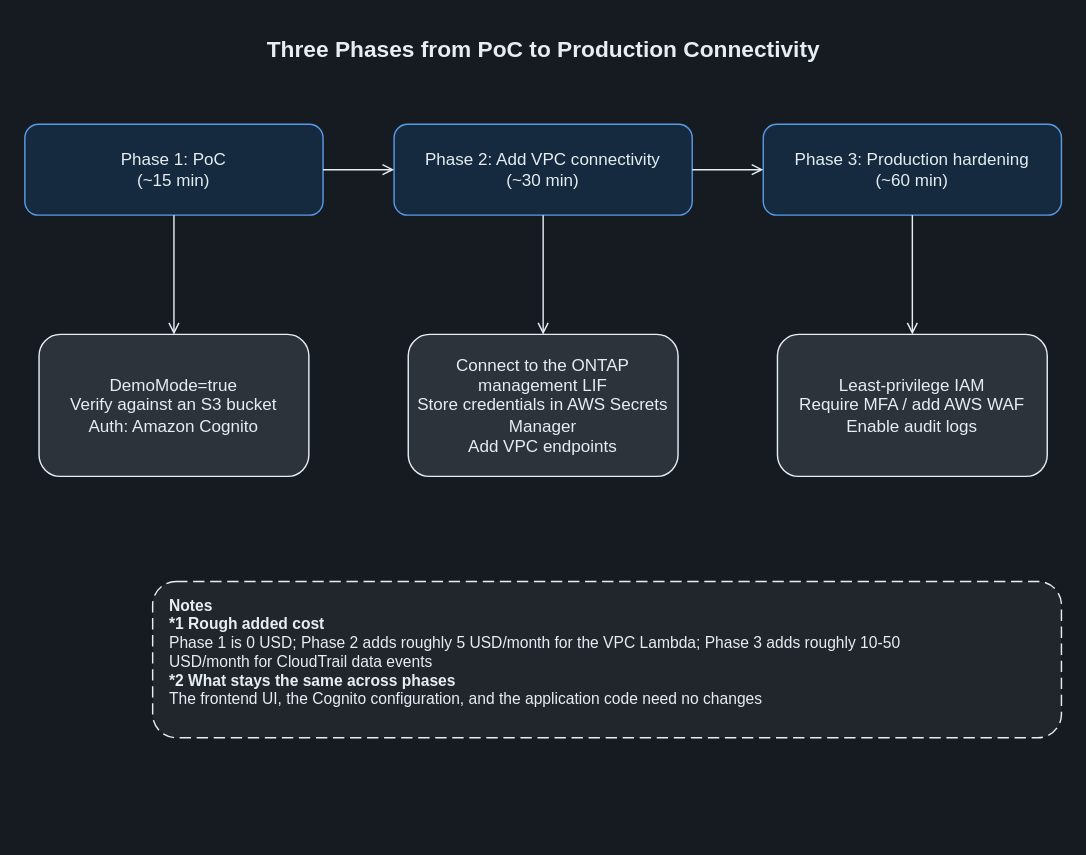
This is docs/diagrams/dark/part2-poc-to-production-en.drawio from Yoshiki0705/FSx-for-ONTAP-S3AccessPoints-Serverless-Patterns, a draw.io file, before an edit. Source tidied: cells renumbered, new cells numbered last; positions are measured from the earlier drawing's top-left corner, leaving out a move shared by most shapes. Both pictures are drawn from the tidied source at 142%, with x=0, y=0 at pixel (24, 24).
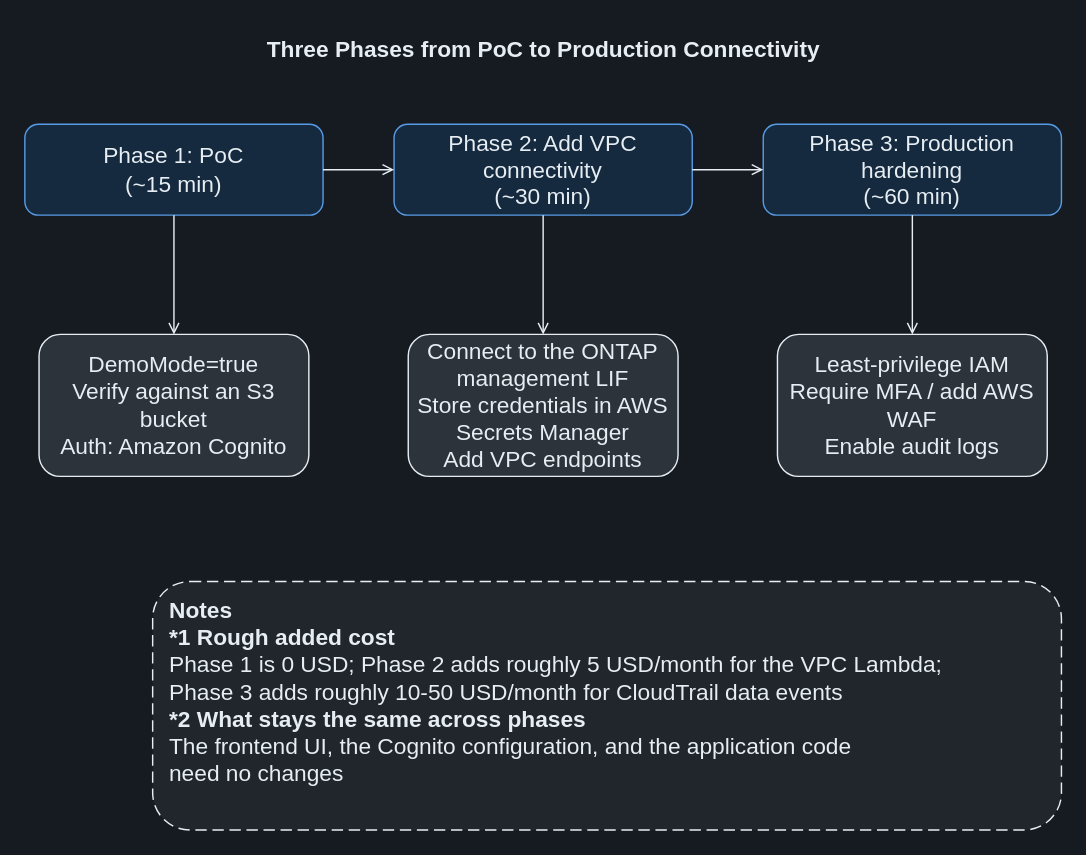
The same diagram, later.

The edit, as a diff of the source:
```diff
@@
 <mxGraphModel background="#161B22">
   <root>
     <mxCell id="0" />
     <mxCell id="1" parent="0" />
     <mxCell id="2" value="Three Phases from PoC to Production Connectivity" style="text;html=1;align=center;verticalAlign=middle;fontSize=16;fontStyle=1;fontColor=#E6EDF3;" parent="1" vertex="1">
       <mxGeometry width="730" height="34" as="geometry" />
     </mxCell>
-    <mxCell id="3" value="Phase 1: PoC&lt;br&gt;(~15 min)" style="rounded=1;whiteSpace=wrap;html=1;dashed=0;strokeColor=#589BE5;fillColor=#152A3E;align=center;verticalAlign=middle;fontSize=12;fontColor=#E6EDF3;" parent="1" vertex="1">
+    <mxCell id="3" value="Phase 1: PoC&lt;br&gt;(~15 min)" style="rounded=1;whiteSpace=wrap;html=1;dashed=0;strokeColor=#589BE5;fillColor=#152A3E;align=center;verticalAlign=middle;fontSize=16;fontColor=#E6EDF3;" parent="1" vertex="1">
       <mxGeometry y="70" width="210" height="64" as="geometry" />
     </mxCell>
-    <mxCell id="4" value="Phase 2: Add VPC connectivity&lt;br&gt;(~30 min)" style="rounded=1;whiteSpace=wrap;html=1;dashed=0;strokeColor=#589BE5;fillColor=#152A3E;align=center;verticalAlign=middle;fontSize=12;fontColor=#E6EDF3;" parent="1" vertex="1">
+    <mxCell id="4" value="Phase 2: Add VPC connectivity&lt;br&gt;(~30 min)" style="rounded=1;whiteSpace=wrap;html=1;dashed=0;strokeColor=#589BE5;fillColor=#152A3E;align=center;verticalAlign=middle;fontSize=16;fontColor=#E6EDF3;" parent="1" vertex="1">
       <mxGeometry x="260" y="70" width="210" height="64" as="geometry" />
     </mxCell>
-    <mxCell id="5" value="Phase 3: Production hardening&lt;br&gt;(~60 min)" style="rounded=1;whiteSpace=wrap;html=1;dashed=0;strokeColor=#589BE5;fillColor=#152A3E;align=center;verticalAlign=middle;fontSize=12;fontColor=#E6EDF3;" parent="1" vertex="1">
+    <mxCell id="5" value="Phase 3: Production hardening&lt;br&gt;(~60 min)" style="rounded=1;whiteSpace=wrap;html=1;dashed=0;strokeColor=#589BE5;fillColor=#152A3E;align=center;verticalAlign=middle;fontSize=16;fontColor=#E6EDF3;" parent="1" vertex="1">
       <mxGeometry x="520" y="70" width="210" height="64" as="geometry" />
     </mxCell>
-    <mxCell id="6" value="DemoMode=true&lt;br&gt;Verify against an S3 bucket&lt;br&gt;Auth: Amazon Cognito" style="rounded=1;whiteSpace=wrap;html=1;dashed=0;strokeColor=#E6EDF3;fillColor=#2D333B;align=center;verticalAlign=middle;fontSize=12;fontColor=#E6EDF3;" parent="1" vertex="1">
+    <mxCell id="6" value="DemoMode=true&lt;br&gt;Verify against an S3 bucket&lt;br&gt;Auth: Amazon Cognito" style="rounded=1;whiteSpace=wrap;html=1;dashed=0;strokeColor=#E6EDF3;fillColor=#2D333B;align=center;verticalAlign=middle;fontSize=16;fontColor=#E6EDF3;" parent="1" vertex="1">
       <mxGeometry x="10" y="218" width="190" height="100" as="geometry" />
     </mxCell>
-    <mxCell id="7" value="Connect to the ONTAP management LIF&lt;br&gt;Store credentials in AWS Secrets Manager&lt;br&gt;Add VPC endpoints" style="rounded=1;whiteSpace=wrap;html=1;dashed=0;strokeColor=#E6EDF3;fillColor=#2D333B;align=center;verticalAlign=middle;fontSize=12;fontColor=#E6EDF3;" parent="1" vertex="1">
+    <mxCell id="7" value="Connect to the ONTAP management LIF&lt;br&gt;Store credentials in AWS Secrets Manager&lt;br&gt;Add VPC endpoints" style="rounded=1;whiteSpace=wrap;html=1;dashed=0;strokeColor=#E6EDF3;fillColor=#2D333B;align=center;verticalAlign=middle;fontSize=16;fontColor=#E6EDF3;" parent="1" vertex="1">
       <mxGeometry x="270" y="218" width="190" height="100" as="geometry" />
     </mxCell>
-    <mxCell id="8" value="Least-privilege IAM&lt;br&gt;Require MFA / add AWS WAF&lt;br&gt;Enable audit logs" style="rounded=1;whiteSpace=wrap;html=1;dashed=0;strokeColor=#E6EDF3;fillColor=#2D333B;align=center;verticalAlign=middle;fontSize=12;fontColor=#E6EDF3;" parent="1" vertex="1">
+    <mxCell id="8" value="Least-privilege IAM&lt;br&gt;Require MFA / add AWS WAF&lt;br&gt;Enable audit logs" style="rounded=1;whiteSpace=wrap;html=1;dashed=0;strokeColor=#E6EDF3;fillColor=#2D333B;align=center;verticalAlign=middle;fontSize=16;fontColor=#E6EDF3;" parent="1" vertex="1">
       <mxGeometry x="530" y="218" width="190" height="100" as="geometry" />
     </mxCell>
-    <mxCell id="9" style="edgeStyle=orthogonalEdgeStyle;rounded=0;jettySize=auto;html=1;endArrow=open;endFill=0;strokeColor=#E6EDF3;strokeWidth=1;fontSize=12;fontColor=#E6EDF3;labelBackgroundColor=#21262D;" parent="1" edge="1" source="3" target="4">
+    <mxCell id="9" style="edgeStyle=orthogonalEdgeStyle;rounded=0;jettySize=auto;html=1;endArrow=open;endFill=0;strokeColor=#E6EDF3;strokeWidth=1;fontSize=16;fontColor=#E6EDF3;labelBackgroundColor=#21262D;" parent="1" edge="1" source="3" target="4">
       <mxGeometry relative="1" as="geometry" />
     </mxCell>
-    <mxCell id="10" style="edgeStyle=orthogonalEdgeStyle;rounded=0;jettySize=auto;html=1;endArrow=open;endFill=0;strokeColor=#E6EDF3;strokeWidth=1;fontSize=12;fontColor=#E6EDF3;labelBackgroundColor=#21262D;" parent="1" edge="1" source="4" target="5">
+    <mxCell id="10" style="edgeStyle=orthogonalEdgeStyle;rounded=0;jettySize=auto;html=1;endArrow=open;endFill=0;strokeColor=#E6EDF3;strokeWidth=1;fontSize=16;fontColor=#E6EDF3;labelBackgroundColor=#21262D;" parent="1" edge="1" source="4" target="5">
       <mxGeometry relative="1" as="geometry" />
     </mxCell>
-    <mxCell id="11" style="edgeStyle=orthogonalEdgeStyle;rounded=0;jettySize=auto;html=1;endArrow=open;endFill=0;strokeColor=#E6EDF3;strokeWidth=1;fontSize=12;fontColor=#E6EDF3;labelBackgroundColor=#21262D;" parent="1" edge="1" source="3" target="6">
+    <mxCell id="11" style="edgeStyle=orthogonalEdgeStyle;rounded=0;jettySize=auto;html=1;endArrow=open;endFill=0;strokeColor=#E6EDF3;strokeWidth=1;fontSize=16;fontColor=#E6EDF3;labelBackgroundColor=#21262D;" parent="1" edge="1" source="3" target="6">
       <mxGeometry relative="1" as="geometry" />
     </mxCell>
-    <mxCell id="12" style="edgeStyle=orthogonalEdgeStyle;rounded=0;jettySize=auto;html=1;endArrow=open;endFill=0;strokeColor=#E6EDF3;strokeWidth=1;fontSize=12;fontColor=#E6EDF3;labelBackgroundColor=#21262D;" parent="1" edge="1" source="4" target="7">
+    <mxCell id="12" style="edgeStyle=orthogonalEdgeStyle;rounded=0;jettySize=auto;html=1;endArrow=open;endFill=0;strokeColor=#E6EDF3;strokeWidth=1;fontSize=16;fontColor=#E6EDF3;labelBackgroundColor=#21262D;" parent="1" edge="1" source="4" target="7">
       <mxGeometry relative="1" as="geometry" />
     </mxCell>
-    <mxCell id="13" style="edgeStyle=orthogonalEdgeStyle;rounded=0;jettySize=auto;html=1;endArrow=open;endFill=0;strokeColor=#E6EDF3;strokeWidth=1;fontSize=12;fontColor=#E6EDF3;labelBackgroundColor=#21262D;" parent="1" edge="1" source="5" target="8">
+    <mxCell id="13" style="edgeStyle=orthogonalEdgeStyle;rounded=0;jettySize=auto;html=1;endArrow=open;endFill=0;strokeColor=#E6EDF3;strokeWidth=1;fontSize=16;fontColor=#E6EDF3;labelBackgroundColor=#21262D;" parent="1" edge="1" source="5" target="8">
       <mxGeometry relative="1" as="geometry" />
     </mxCell>
-    <mxCell id="14" value="&lt;b&gt;Notes&lt;/b&gt;&lt;br&gt;&lt;b&gt;*1 Rough added cost&lt;/b&gt;&lt;br&gt;Phase 1 is 0 USD; Phase 2 adds roughly 5 USD/month for the VPC Lambda; Phase 3 adds roughly 10-50&lt;br&gt;USD/month for CloudTrail data events&lt;br&gt;&lt;b&gt;*2 What stays the same across phases&lt;/b&gt;&lt;br&gt;The frontend UI, the Cognito configuration, and the application code need no changes" style="rounded=1;whiteSpace=wrap;html=1;dashed=1;dashPattern=8 4;strokeColor=#E6EDF3;fillColor=#21262D;align=left;verticalAlign=top;spacingLeft=10;spacingTop=4;fontSize=11;fontColor=#E6EDF3;" parent="1" vertex="1">
-      <mxGeometry x="90" y="392" width="640" height="110" as="geometry" />
+    <mxCell id="14" value="&lt;b&gt;Notes&lt;/b&gt;&lt;br&gt;&lt;b&gt;*1 Rough added cost&lt;/b&gt;&lt;br&gt;Phase 1 is 0 USD; Phase 2 adds roughly 5 USD/month for the VPC Lambda;&lt;br&gt;Phase 3 adds roughly 10-50 USD/month for CloudTrail data events&lt;br&gt;&lt;b&gt;*2 What stays the same across phases&lt;/b&gt;&lt;br&gt;The frontend UI, the Cognito configuration, and the application code&lt;br&gt;need no changes" style="rounded=1;whiteSpace=wrap;html=1;dashed=1;dashPattern=8 4;strokeColor=#E6EDF3;fillColor=#21262D;align=left;verticalAlign=top;spacingLeft=10;spacingTop=4;fontSize=16;fontColor=#E6EDF3;" parent="1" vertex="1">
+      <mxGeometry x="90" y="392" width="640" height="175" as="geometry" />
     </mxCell>
   </root>
 </mxGraphModel>
```
